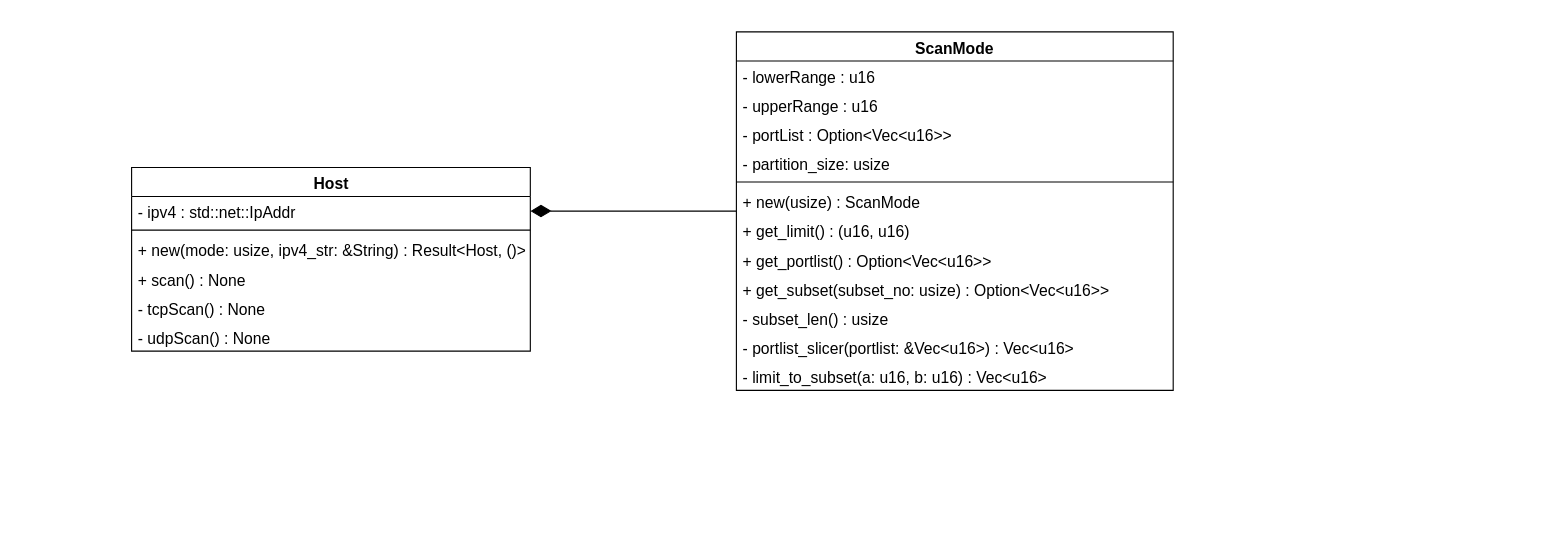
Before: page "class" (3 of 7) of workflow/scanner/scanner.drawio in monsieurjune/GUINetworkScanner, a draw.io diagram. Source tidied: cells renumbered, new cells numbered last; positions are measured from the earlier drawing's top-left corner, leaving out a move shared by most shapes. Both pictures are drawn from the tidied source at 112%, with x=0, y=0 at pixel (131, 31).
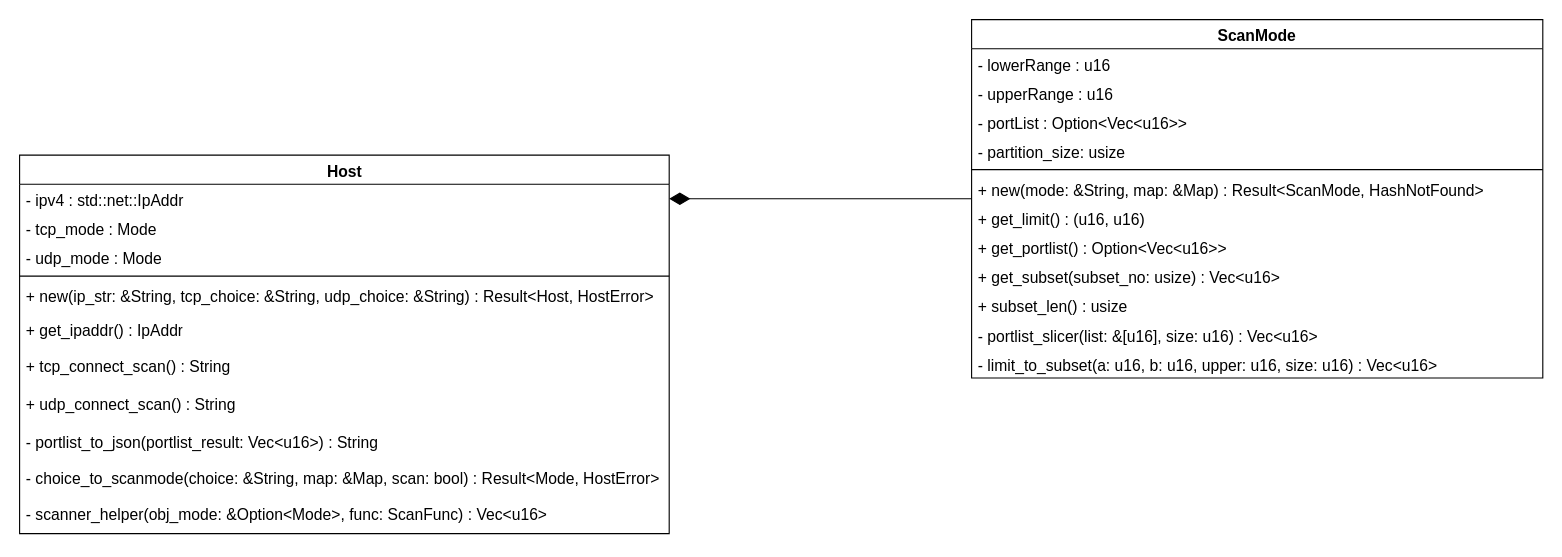
The same diagram, later.

Diff of the diagram source:
```diff
@@
     <mxCell id="2" value="Host" style="swimlane;fontStyle=1;align=center;verticalAlign=top;horizontal=1;startSize=26;strokeColor=default;fontFamily=Helvetica;fontSize=14;fontColor=default;fillColor=none;html=1;" parent="1" vertex="1">
-      <mxGeometry y="121" width="356" height="164" as="geometry" />
+      <mxGeometry x="-100" y="110" width="580" height="338" as="geometry" />
     </mxCell>
     <mxCell id="3" value="- ipv4 : std::net::IpAddr" style="text;strokeColor=none;fillColor=none;align=left;verticalAlign=top;spacingLeft=4;spacingRight=4;overflow=hidden;points=[[0,0.5],[1,0.5]];portConstraint=eastwest;fontFamily=Helvetica;fontSize=14;fontColor=default;startSize=26;html=1;" parent="2" vertex="1">
-      <mxGeometry y="26" width="356" height="26" as="geometry" />
+      <mxGeometry y="26" width="580" height="26" as="geometry" />
     </mxCell>
+    <mxCell id="23" value="- tcp_mode : Mode" style="text;strokeColor=none;fillColor=none;align=left;verticalAlign=top;spacingLeft=4;spacingRight=4;overflow=hidden;fontFamily=Helvetica;fontSize=14;fontColor=default;startSize=26;html=1;" parent="2" vertex="1">
+      <mxGeometry y="52" width="580" height="26" as="geometry" />
+    </mxCell>
+    <mxCell id="24" value="- udp_mode : Mode" style="text;strokeColor=none;fillColor=none;align=left;verticalAlign=top;spacingLeft=4;spacingRight=4;overflow=hidden;fontFamily=Helvetica;fontSize=14;fontColor=default;startSize=26;html=1;" parent="2" vertex="1">
+      <mxGeometry y="78" width="580" height="26" as="geometry" />
+    </mxCell>
     <mxCell id="4" style="line;strokeWidth=1;fillColor=none;align=left;verticalAlign=middle;spacingTop=-1;spacingLeft=3;spacingRight=3;labelPosition=right;strokeColor=inherit;fontFamily=Helvetica;fontSize=14;fontColor=default;startSize=26;html=1;" parent="2" vertex="1">
-      <mxGeometry y="52" width="356" height="8" as="geometry" />
+      <mxGeometry y="104" width="580" height="8" as="geometry" />
     </mxCell>
-    <mxCell id="5" value="+ new(mode: usize, ipv4_str: &amp;amp;String) : Result&amp;lt;Host, ()&amp;gt;" style="text;strokeColor=none;fillColor=none;align=left;verticalAlign=top;spacingLeft=4;spacingRight=4;overflow=hidden;fontFamily=Helvetica;fontSize=14;fontColor=default;startSize=26;html=1;" parent="2" vertex="1">
-      <mxGeometry y="60" width="356" height="26" as="geometry" />
+    <mxCell id="5" value="+ new(ip_str: &amp;amp;String, tcp_choice: &amp;amp;String, udp_choice: &amp;amp;String) : Result&amp;lt;Host, HostError&amp;gt;" style="text;strokeColor=none;fillColor=none;align=left;verticalAlign=top;spacingLeft=4;spacingRight=4;overflow=hidden;fontFamily=Helvetica;fontSize=14;fontColor=default;startSize=26;html=1;" parent="2" vertex="1">
+      <mxGeometry y="112" width="580" height="30" as="geometry" />
     </mxCell>
+    <mxCell id="25" value="+ get_ipaddr() : IpAddr" style="text;strokeColor=none;fillColor=none;align=left;verticalAlign=top;spacingLeft=4;spacingRight=4;overflow=hidden;fontFamily=Helvetica;fontSize=14;fontColor=default;startSize=26;html=1;" parent="2" vertex="1">
+      <mxGeometry y="142" width="580" height="32" as="geometry" />
+    </mxCell>
-    <mxCell id="6" value="+ scan() : None" style="text;strokeColor=none;fillColor=none;align=left;verticalAlign=top;spacingLeft=4;spacingRight=4;overflow=hidden;fontFamily=Helvetica;fontSize=14;fontColor=default;startSize=26;html=1;" parent="2" vertex="1">
-      <mxGeometry y="86" width="356" height="26" as="geometry" />
+    <mxCell id="6" value="+ tcp_connect_scan() : String" style="text;strokeColor=none;fillColor=none;align=left;verticalAlign=top;spacingLeft=4;spacingRight=4;overflow=hidden;fontFamily=Helvetica;fontSize=14;fontColor=default;startSize=26;html=1;" parent="2" vertex="1">
+      <mxGeometry y="174" width="580" height="34" as="geometry" />
     </mxCell>
-    <mxCell id="7" value="- tcpScan() : None" style="text;strokeColor=none;fillColor=none;align=left;verticalAlign=top;spacingLeft=4;spacingRight=4;overflow=hidden;fontFamily=Helvetica;fontSize=14;fontColor=default;startSize=26;html=1;" parent="2" vertex="1">
-      <mxGeometry y="112" width="356" height="26" as="geometry" />
-    </mxCell>
+    <mxCell id="26" value="+ udp_connect_scan() : String" style="text;strokeColor=none;fillColor=none;align=left;verticalAlign=top;spacingLeft=4;spacingRight=4;overflow=hidden;fontFamily=Helvetica;fontSize=14;fontColor=default;startSize=26;html=1;" parent="2" vertex="1">
+      <mxGeometry y="208" width="580" height="34" as="geometry" />
+    </mxCell>
+    <mxCell id="27" value="- portlist_to_json(portlist_result: Vec&amp;lt;u16&amp;gt;) : String" style="text;strokeColor=none;fillColor=none;align=left;verticalAlign=top;spacingLeft=4;spacingRight=4;overflow=hidden;fontFamily=Helvetica;fontSize=14;fontColor=default;startSize=26;html=1;" parent="2" vertex="1">
+      <mxGeometry y="242" width="580" height="32" as="geometry" />
+    </mxCell>
-    <mxCell id="8" value="- udpScan() : None" style="text;strokeColor=none;fillColor=none;align=left;verticalAlign=top;spacingLeft=4;spacingRight=4;overflow=hidden;fontFamily=Helvetica;fontSize=14;fontColor=default;startSize=26;html=1;" parent="2" vertex="1">
-      <mxGeometry y="138" width="356" height="26" as="geometry" />
+    <mxCell id="8" value="- choice_to_scanmode(choice: &amp;amp;String, map: &amp;amp;Map, scan: bool) : Result&amp;lt;Mode, HostError&amp;gt;" style="text;strokeColor=none;fillColor=none;align=left;verticalAlign=top;spacingLeft=4;spacingRight=4;overflow=hidden;fontFamily=Helvetica;fontSize=14;fontColor=default;startSize=26;html=1;" parent="2" vertex="1">
+      <mxGeometry y="274" width="580" height="32" as="geometry" />
     </mxCell>
+    <mxCell id="28" value="- scanner_helper(obj_mode: &amp;amp;Option&amp;lt;Mode&amp;gt;, func: ScanFunc) : Vec&amp;lt;u16&amp;gt;" style="text;strokeColor=none;fillColor=none;align=left;verticalAlign=top;spacingLeft=4;spacingRight=4;overflow=hidden;fontFamily=Helvetica;fontSize=14;fontColor=default;startSize=26;html=1;" parent="2" vertex="1">
+      <mxGeometry y="306" width="580" height="32" as="geometry" />
+    </mxCell>
@@
     <mxCell id="10" value="ScanMode" style="swimlane;fontStyle=1;align=center;verticalAlign=top;horizontal=1;startSize=26;fontSize=14;" parent="1" vertex="1">
-      <mxGeometry x="540" width="390" height="320" as="geometry" />
+      <mxGeometry x="750" y="-11" width="510" height="320" as="geometry" />
     </mxCell>
     <mxCell id="11" value="- lowerRange : u16" style="text;strokeColor=none;fillColor=none;align=left;verticalAlign=top;spacingLeft=4;spacingRight=4;overflow=hidden;fontSize=14;" parent="10" vertex="1">
-      <mxGeometry y="26" width="390" height="26" as="geometry" />
+      <mxGeometry y="26" width="510" height="26" as="geometry" />
     </mxCell>
     <mxCell id="12" value="- upperRange : u16" style="text;strokeColor=none;fillColor=none;align=left;verticalAlign=top;spacingLeft=4;spacingRight=4;overflow=hidden;fontSize=14;" parent="10" vertex="1">
-      <mxGeometry y="52" width="390" height="26" as="geometry" />
+      <mxGeometry y="52" width="510" height="26" as="geometry" />
     </mxCell>
     <mxCell id="13" value="- portList : Option&lt;Vec&lt;u16&gt;&gt;" style="text;strokeColor=none;fillColor=none;align=left;verticalAlign=top;spacingLeft=4;spacingRight=4;overflow=hidden;fontSize=14;" parent="10" vertex="1">
-      <mxGeometry y="78" width="390" height="26" as="geometry" />
+      <mxGeometry y="78" width="510" height="26" as="geometry" />
     </mxCell>
     <mxCell id="14" value="- partition_size: usize" style="text;strokeColor=none;fillColor=none;align=left;verticalAlign=top;spacingLeft=4;spacingRight=4;overflow=hidden;fontSize=14;" parent="10" vertex="1">
-      <mxGeometry y="104" width="390" height="26" as="geometry" />
+      <mxGeometry y="104" width="510" height="26" as="geometry" />
     </mxCell>
     <mxCell id="15" style="line;strokeWidth=1;fillColor=none;align=left;verticalAlign=middle;spacingTop=-1;spacingLeft=3;spacingRight=3;labelPosition=right;strokeColor=inherit;fontSize=14;" parent="10" vertex="1">
-      <mxGeometry y="130" width="390" height="8" as="geometry" />
+      <mxGeometry y="130" width="510" height="8" as="geometry" />
     </mxCell>
-    <mxCell id="16" value="+ new(usize) : ScanMode" style="text;strokeColor=none;fillColor=none;align=left;verticalAlign=top;spacingLeft=4;spacingRight=4;overflow=hidden;fontSize=14;" parent="10" vertex="1">
-      <mxGeometry y="138" width="390" height="26" as="geometry" />
+    <mxCell id="16" value="+ new(mode: &amp;String, map: &amp;Map) : Result&lt;ScanMode, HashNotFound&gt;" style="text;strokeColor=none;fillColor=none;align=left;verticalAlign=top;spacingLeft=4;spacingRight=4;overflow=hidden;fontSize=14;" parent="10" vertex="1">
+      <mxGeometry y="138" width="510" height="26" as="geometry" />
     </mxCell>
     <mxCell id="17" value="+ get_limit() : (u16, u16)" style="text;strokeColor=none;fillColor=none;align=left;verticalAlign=top;spacingLeft=4;spacingRight=4;overflow=hidden;fontSize=14;" parent="10" vertex="1">
-      <mxGeometry y="164" width="390" height="26" as="geometry" />
+      <mxGeometry y="164" width="510" height="26" as="geometry" />
     </mxCell>
     <mxCell id="18" value="+ get_portlist() : Option&lt;Vec&lt;u16&gt;&gt;" style="text;strokeColor=none;fillColor=none;align=left;verticalAlign=top;spacingLeft=4;spacingRight=4;overflow=hidden;fontSize=14;" parent="10" vertex="1">
-      <mxGeometry y="190" width="390" height="26" as="geometry" />
+      <mxGeometry y="190" width="510" height="26" as="geometry" />
     </mxCell>
-    <mxCell id="19" value="+ get_subset(subset_no: usize) : Option&lt;Vec&lt;u16&gt;&gt;" style="text;strokeColor=none;fillColor=none;align=left;verticalAlign=top;spacingLeft=4;spacingRight=4;overflow=hidden;fontSize=14;" parent="10" vertex="1">
-      <mxGeometry y="216" width="390" height="26" as="geometry" />
+    <mxCell id="19" value="+ get_subset(subset_no: usize) : Vec&lt;u16&gt;" style="text;strokeColor=none;fillColor=none;align=left;verticalAlign=top;spacingLeft=4;spacingRight=4;overflow=hidden;fontSize=14;" parent="10" vertex="1">
+      <mxGeometry y="216" width="510" height="26" as="geometry" />
     </mxCell>
-    <mxCell id="20" value="- subset_len() : usize" style="text;strokeColor=none;fillColor=none;align=left;verticalAlign=top;spacingLeft=4;spacingRight=4;overflow=hidden;fontSize=14;" parent="10" vertex="1">
-      <mxGeometry y="242" width="390" height="26" as="geometry" />
+    <mxCell id="20" value="+ subset_len() : usize" style="text;strokeColor=none;fillColor=none;align=left;verticalAlign=top;spacingLeft=4;spacingRight=4;overflow=hidden;fontSize=14;" parent="10" vertex="1">
+      <mxGeometry y="242" width="510" height="26" as="geometry" />
     </mxCell>
-    <mxCell id="21" value="- portlist_slicer(portlist: &amp;Vec&lt;u16&gt;) : Vec&lt;u16&gt;" style="text;strokeColor=none;fillColor=none;align=left;verticalAlign=top;spacingLeft=4;spacingRight=4;overflow=hidden;fontSize=14;" parent="10" vertex="1">
-      <mxGeometry y="268" width="390" height="26" as="geometry" />
+    <mxCell id="21" value="- portlist_slicer(list: &amp;[u16], size: u16) : Vec&lt;u16&gt;" style="text;strokeColor=none;fillColor=none;align=left;verticalAlign=top;spacingLeft=4;spacingRight=4;overflow=hidden;fontSize=14;" parent="10" vertex="1">
+      <mxGeometry y="268" width="510" height="26" as="geometry" />
     </mxCell>
-    <mxCell id="22" value="- limit_to_subset(a: u16, b: u16) : Vec&lt;u16&gt;" style="text;strokeColor=none;fillColor=none;align=left;verticalAlign=top;spacingLeft=4;spacingRight=4;overflow=hidden;fontSize=14;" parent="10" vertex="1">
-      <mxGeometry y="294" width="390" height="26" as="geometry" />
+    <mxCell id="22" value="- limit_to_subset(a: u16, b: u16, upper: u16, size: u16) : Vec&lt;u16&gt;" style="text;strokeColor=none;fillColor=none;align=left;verticalAlign=top;spacingLeft=4;spacingRight=4;overflow=hidden;fontSize=14;" parent="10" vertex="1">
+      <mxGeometry y="294" width="510" height="26" as="geometry" />
     </mxCell>
```
